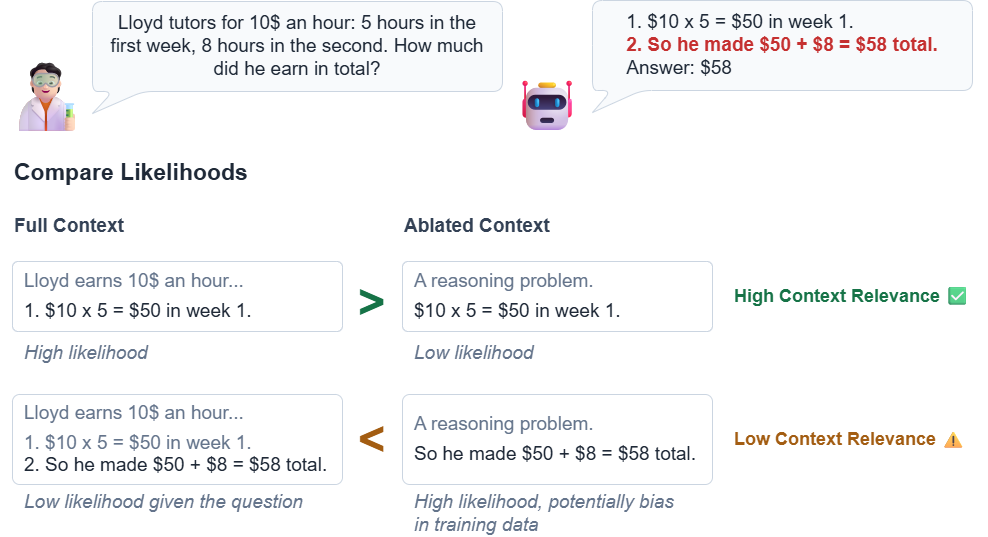
Earlier version of the draw.io export thesis/chapters/intro/contextual-relevance.png (jafber/bachelor-thesis). Source tidied: cells renumbered, new cells last; positions are measured from the earlier drawing's top-left corner, leaving out a move shared by most shapes. Source of this version:
```xml
<mxGraphModel>
  <root>
    <mxCell id="0" />
    <mxCell id="1" parent="0" />
    <mxCell id="2" value="&lt;font style=&quot;font-size: 69px;&quot;&gt;🧑🏻‍🔬&lt;/font&gt;" style="rounded=0;whiteSpace=wrap;html=1;align=center;verticalAlign=middle;strokeColor=none;fillColor=none;fontSize=54;" parent="1" vertex="1">
      <mxGeometry y="63" width="70" height="70" as="geometry" />
    </mxCell>
    <mxCell id="3" value="🤖" style="rounded=0;whiteSpace=wrap;html=1;align=center;verticalAlign=middle;strokeColor=none;fillColor=none;fontSize=50;" parent="1" vertex="1">
      <mxGeometry x="500" y="70" width="70" height="70" as="geometry" />
    </mxCell>
    <mxCell id="4" value="Compare Likelihoods" style="rounded=0;whiteSpace=wrap;html=1;align=left;verticalAlign=middle;strokeColor=none;fillColor=none;fontColor=#1F2937;fontSize=23;fontStyle=1;fontFamily=Arial;" parent="1" vertex="1">
      <mxGeometry y="153" width="960" height="38" as="geometry" />
    </mxCell>
    <mxCell id="5" value="Full Context" style="rounded=0;whiteSpace=wrap;html=1;align=left;verticalAlign=middle;strokeColor=none;fillColor=none;fontColor=#334155;fontSize=19;fontStyle=1;fontFamily=Arial;" parent="1" vertex="1">
      <mxGeometry y="208" width="290" height="35" as="geometry" />
    </mxCell>
    <mxCell id="6" value="Ablated Context" style="rounded=0;whiteSpace=wrap;html=1;align=left;verticalAlign=middle;strokeColor=none;fillColor=none;fontColor=#334155;fontSize=19;fontStyle=1;fontFamily=Arial;" parent="1" vertex="1">
      <mxGeometry x="390" y="208" width="290" height="35" as="geometry" />
    </mxCell>
    <mxCell id="7" value="&lt;div style=&quot;color: #64748B;&quot;&gt;Lloyd earns 10$ an hour...&lt;/div&gt;&lt;div style=&quot;margin-top: 7px; color: #1F2937;&quot;&gt;1. $10 x 5 = $50 in week 1.&lt;/div&gt;" style="rounded=1;arcSize=8;whiteSpace=wrap;html=1;align=left;verticalAlign=middle;spacing=12;strokeColor=#CBD5E1;fillColor=#FFFFFF;fontColor=#1F2937;fontSize=19;fontFamily=Arial;" parent="1" vertex="1">
      <mxGeometry y="261" width="330" height="70" as="geometry" />
    </mxCell>
    <mxCell id="8" value="&lt;div style=&quot;color: #64748B;&quot;&gt;A reasoning problem.&lt;/div&gt;&lt;div style=&quot;margin-top: 7px; color: #1F2937;&quot;&gt;$10 x 5 = $50 in week 1.&lt;/div&gt;" style="rounded=1;arcSize=8;whiteSpace=wrap;html=1;align=left;verticalAlign=middle;spacing=12;strokeColor=#CBD5E1;fillColor=#FFFFFF;fontColor=#1F2937;fontSize=19;fontFamily=Arial;" parent="1" vertex="1">
      <mxGeometry x="390" y="261" width="310" height="70" as="geometry" />
    </mxCell>
    <mxCell id="9" value="&lt;font&gt;&amp;gt;&lt;/font&gt;" style="rounded=0;whiteSpace=wrap;html=1;align=center;verticalAlign=middle;strokeColor=none;fillColor=none;fontColor=#167347;fontSize=48;fontStyle=1;fontFamily=Arial;" parent="1" vertex="1">
      <mxGeometry x="330" y="269" width="60" height="65" as="geometry" />
    </mxCell>
    <mxCell id="10" value="High Context Relevance&amp;nbsp;&lt;span style=&quot;background-color: transparent; color: light-dark(rgb(22, 115, 71), rgb(98, 178, 140));&quot;&gt;✅&amp;nbsp;&lt;/span&gt;" style="rounded=0;whiteSpace=wrap;html=1;align=left;verticalAlign=middle;strokeColor=none;fillColor=none;fontColor=#167347;fontSize=18;fontStyle=1;fontFamily=Arial;" parent="1" vertex="1">
      <mxGeometry x="720" y="263.5" width="255" height="65" as="geometry" />
    </mxCell>
    <mxCell id="11" value="&lt;div style=&quot;color: rgb(100, 116, 139);&quot;&gt;Lloyd earns 10$ an hour...&lt;/div&gt;&lt;div style=&quot;margin-top: 7px; color: rgb(100, 116, 139);&quot;&gt;1. $10 x 5 = $50 in week 1.&lt;/div&gt;&lt;div style=&quot;color: rgb(31, 41, 55);&quot;&gt;2. So he made $50 + $8 = $58 total.&lt;/div&gt;" style="rounded=1;arcSize=8;whiteSpace=wrap;html=1;align=left;verticalAlign=middle;spacing=12;strokeColor=#CBD5E1;fillColor=#FFFFFF;fontColor=#1F2937;fontSize=19;fontFamily=Arial;" parent="1" vertex="1">
      <mxGeometry y="394" width="330" height="90" as="geometry" />
    </mxCell>
    <mxCell id="12" value="&lt;div style=&quot;color: rgb(100, 116, 139);&quot;&gt;A reasoning problem.&lt;/div&gt;&lt;div style=&quot;margin-top: 7px; color: rgb(31, 41, 55);&quot;&gt;So he made $50 + $8 = $58 total.&lt;/div&gt;" style="rounded=1;arcSize=8;whiteSpace=wrap;html=1;align=left;verticalAlign=middle;spacing=12;strokeColor=#CBD5E1;fillColor=#FFFFFF;fontColor=#1F2937;fontSize=19;fontFamily=Arial;" parent="1" vertex="1">
      <mxGeometry x="390" y="394" width="310" height="90" as="geometry" />
    </mxCell>
    <mxCell id="13" value="Low Context Relevance ⚠️&amp;nbsp;" style="rounded=0;whiteSpace=wrap;html=1;align=left;verticalAlign=middle;strokeColor=none;fillColor=none;fontColor=#A35D12;fontSize=18;fontStyle=1;fontFamily=Arial;" parent="1" vertex="1">
      <mxGeometry x="720" y="406.5" width="255" height="65" as="geometry" />
    </mxCell>
    <mxCell id="14" value="&lt;span style=&quot;color: rgb(31, 41, 55); font-family: Arial; font-size: 19px; text-align: left;&quot;&gt;Lloyd tutors for 10$ an hour: 5 hours in the first week, 8 hours in the second. How much did he earn in total?&lt;/span&gt;" style="shape=callout;whiteSpace=wrap;html=1;perimeter=calloutPerimeter;rounded=1;roundedPerimeter=1;strokeColor=#CBD5E1;fillColor=#F8FAFC;position2=0;size=22;position=0.05;base=30;fontSize=19;spacing=14;" parent="1" vertex="1">
      <mxGeometry x="80" y="1" width="410" height="112" as="geometry" />
    </mxCell>
    <mxCell id="15" value="&lt;div style=&quot;color: rgb(31, 41, 55); font-family: Arial; font-size: 19px; text-align: left;&quot;&gt;1. $10 x 5 = $50 in week 1.&lt;/div&gt;&lt;div style=&quot;color: rgb(31, 41, 55); font-family: Arial; font-size: 19px; text-align: left;&quot;&gt;&lt;b style=&quot;color: rgb(197, 48, 48);&quot;&gt;2. So he made $50 + $8 = $58 total.&lt;/b&gt;&lt;/div&gt;&lt;div style=&quot;color: rgb(31, 41, 55); font-family: Arial; font-size: 19px; text-align: left;&quot;&gt;Answer: $58&lt;/div&gt;" style="shape=callout;whiteSpace=wrap;html=1;perimeter=calloutPerimeter;rounded=1;roundedPerimeter=1;strokeColor=#CBD5E1;fillColor=#F8FAFC;position2=0;size=22;position=0.05;base=30;fontSize=19;spacing=14;" parent="1" vertex="1">
      <mxGeometry x="580" width="380" height="112" as="geometry" />
    </mxCell>
    <mxCell id="16" value="&lt;div style=&quot;&quot;&gt;&lt;span style=&quot;background-color: transparent;&quot;&gt;High likelihood&lt;/span&gt;&lt;/div&gt;" style="rounded=0;arcSize=8;whiteSpace=wrap;html=1;align=left;verticalAlign=middle;spacing=12;strokeColor=none;fillColor=none;fontColor=#64748B;fontSize=19;fontFamily=Arial;fontStyle=2;" parent="1" vertex="1">
      <mxGeometry y="334" width="150" height="38" as="geometry" />
    </mxCell>
    <mxCell id="17" value="&lt;div style=&quot;&quot;&gt;&lt;span style=&quot;background-color: transparent;&quot;&gt;Low likelihood&lt;/span&gt;&lt;/div&gt;" style="rounded=0;arcSize=8;whiteSpace=wrap;html=1;align=left;verticalAlign=middle;spacing=12;strokeColor=none;fillColor=none;fontColor=#64748B;fontSize=19;fontFamily=Arial;fontStyle=2;" parent="1" vertex="1">
      <mxGeometry x="390" y="334" width="210" height="38" as="geometry" />
    </mxCell>
    <mxCell id="18" value="&lt;div style=&quot;&quot;&gt;&lt;span style=&quot;background-color: transparent;&quot;&gt;Low likelihood given the question&lt;/span&gt;&lt;/div&gt;" style="rounded=0;arcSize=8;whiteSpace=wrap;html=1;align=left;verticalAlign=middle;spacing=12;strokeColor=none;fillColor=none;fontColor=#64748B;fontSize=19;fontFamily=Arial;fontStyle=2;" parent="1" vertex="1">
      <mxGeometry y="484" width="340" height="35" as="geometry" />
    </mxCell>
    <mxCell id="19" value="&lt;div style=&quot;&quot;&gt;High likelihood, potentially bias in training data&lt;/div&gt;" style="rounded=0;arcSize=8;whiteSpace=wrap;html=1;align=left;verticalAlign=middle;spacing=12;strokeColor=none;fillColor=none;fontColor=#64748B;fontSize=19;fontFamily=Arial;fontStyle=2;" parent="1" vertex="1">
      <mxGeometry x="390" y="494" width="290" height="38" as="geometry" />
    </mxCell>
    <mxCell id="20" value="&lt;font&gt;&amp;lt;&lt;/font&gt;" style="rounded=0;whiteSpace=wrap;html=1;align=center;verticalAlign=middle;strokeColor=none;fillColor=none;fontColor=#A35D12;fontSize=48;fontStyle=1;fontFamily=Arial;" parent="1" vertex="1">
      <mxGeometry x="330" y="406.5" width="60" height="65" as="geometry" />
    </mxCell>
  </root>
</mxGraphModel>
```
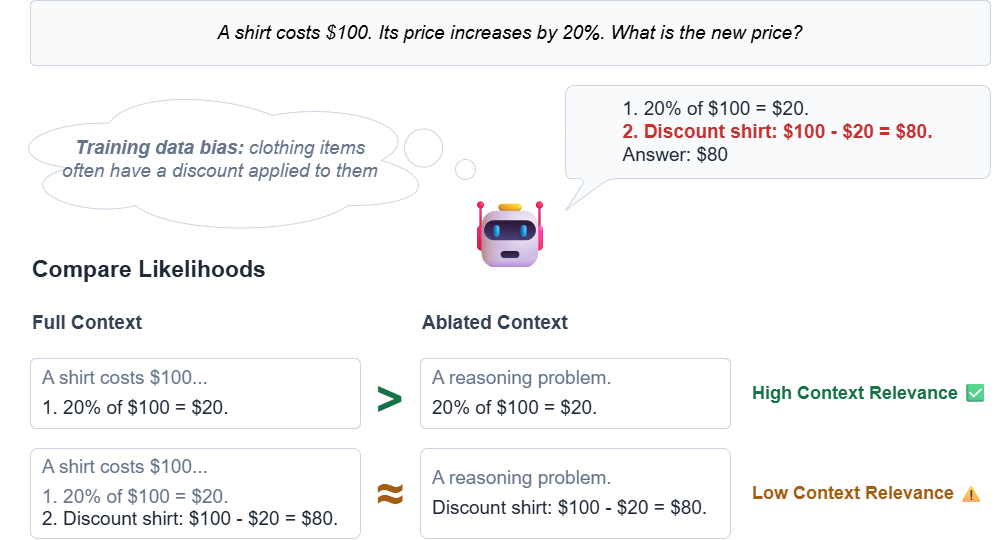
The same diagram one commit later.

Commit message:
update intro figure

Change to the diagram source:
```diff
@@ -2,14 +2,14 @@
   <root>
     <mxCell id="0" />
     <mxCell id="1" parent="0" />
-    <mxCell id="2" value="&lt;font style=&quot;font-size: 69px;&quot;&gt;🧑🏻‍🔬&lt;/font&gt;" style="rounded=0;whiteSpace=wrap;html=1;align=center;verticalAlign=middle;strokeColor=none;fillColor=none;fontSize=54;" parent="1" vertex="1">
-      <mxGeometry y="63" width="70" height="70" as="geometry" />
-    </mxCell>
+    <mxCell id="21" style="ellipse;shape=cloud;whiteSpace=wrap;html=1;perimeter=cloudPerimeter;strokeColor=#CBD5E1;" parent="1" vertex="1">
+      <mxGeometry x="-30" y="-12" width="435" height="150" as="geometry" />
+    </mxCell>
-    <mxCell id="3" value="🤖" style="rounded=0;whiteSpace=wrap;html=1;align=center;verticalAlign=middle;strokeColor=none;fillColor=none;fontSize=50;" parent="1" vertex="1">
-      <mxGeometry x="500" y="70" width="70" height="70" as="geometry" />
+    <mxCell id="3" value="🤖" style="rounded=0;whiteSpace=wrap;html=1;align=center;verticalAlign=middle;strokeColor=none;fillColor=none;fontSize=67;" parent="1" vertex="1">
+      <mxGeometry x="445" y="103" width="70" height="70" as="geometry" />
     </mxCell>
     <mxCell id="4" value="Compare Likelihoods" style="rounded=0;whiteSpace=wrap;html=1;align=left;verticalAlign=middle;strokeColor=none;fillColor=none;fontColor=#1F2937;fontSize=23;fontStyle=1;fontFamily=Arial;" parent="1" vertex="1">
-      <mxGeometry y="153" width="960" height="38" as="geometry" />
+      <mxGeometry y="153" width="280" height="38" as="geometry" />
     </mxCell>
     <mxCell id="5" value="Full Context" style="rounded=0;whiteSpace=wrap;html=1;align=left;verticalAlign=middle;strokeColor=none;fillColor=none;fontColor=#334155;fontSize=19;fontStyle=1;fontFamily=Arial;" parent="1" vertex="1">
       <mxGeometry y="208" width="290" height="35" as="geometry" />
@@ -17,10 +17,10 @@
     <mxCell id="6" value="Ablated Context" style="rounded=0;whiteSpace=wrap;html=1;align=left;verticalAlign=middle;strokeColor=none;fillColor=none;fontColor=#334155;fontSize=19;fontStyle=1;fontFamily=Arial;" parent="1" vertex="1">
       <mxGeometry x="390" y="208" width="290" height="35" as="geometry" />
     </mxCell>
-    <mxCell id="7" value="&lt;div style=&quot;color: #64748B;&quot;&gt;Lloyd earns 10$ an hour...&lt;/div&gt;&lt;div style=&quot;margin-top: 7px; color: #1F2937;&quot;&gt;1. $10 x 5 = $50 in week 1.&lt;/div&gt;" style="rounded=1;arcSize=8;whiteSpace=wrap;html=1;align=left;verticalAlign=middle;spacing=12;strokeColor=#CBD5E1;fillColor=#FFFFFF;fontColor=#1F2937;fontSize=19;fontFamily=Arial;" parent="1" vertex="1">
+    <mxCell id="7" value="&lt;div style=&quot;color: rgb(100, 116, 139);&quot;&gt;A shirt costs $100...&lt;/div&gt;&lt;div style=&quot;margin-top: 7px; color: rgb(31, 41, 55);&quot;&gt;1. 20% of $100 = $20.&lt;/div&gt;" style="rounded=1;arcSize=8;whiteSpace=wrap;html=1;align=left;verticalAlign=middle;spacing=12;strokeColor=#CBD5E1;fillColor=#FFFFFF;fontColor=#1F2937;fontSize=19;fontFamily=Arial;" parent="1" vertex="1">
       <mxGeometry y="261" width="330" height="70" as="geometry" />
     </mxCell>
-    <mxCell id="8" value="&lt;div style=&quot;color: #64748B;&quot;&gt;A reasoning problem.&lt;/div&gt;&lt;div style=&quot;margin-top: 7px; color: #1F2937;&quot;&gt;$10 x 5 = $50 in week 1.&lt;/div&gt;" style="rounded=1;arcSize=8;whiteSpace=wrap;html=1;align=left;verticalAlign=middle;spacing=12;strokeColor=#CBD5E1;fillColor=#FFFFFF;fontColor=#1F2937;fontSize=19;fontFamily=Arial;" parent="1" vertex="1">
+    <mxCell id="8" value="&lt;div style=&quot;color: #64748B;&quot;&gt;A reasoning problem.&lt;/div&gt;&lt;div style=&quot;margin-top: 7px; color: #1F2937;&quot;&gt;20% of $100 = $20.&lt;/div&gt;" style="rounded=1;arcSize=8;whiteSpace=wrap;html=1;align=left;verticalAlign=middle;spacing=12;strokeColor=#CBD5E1;fillColor=#FFFFFF;fontColor=#1F2937;fontSize=19;fontFamily=Arial;" parent="1" vertex="1">
       <mxGeometry x="390" y="261" width="310" height="70" as="geometry" />
     </mxCell>
     <mxCell id="9" value="&lt;font&gt;&amp;gt;&lt;/font&gt;" style="rounded=0;whiteSpace=wrap;html=1;align=center;verticalAlign=middle;strokeColor=none;fillColor=none;fontColor=#167347;fontSize=48;fontStyle=1;fontFamily=Arial;" parent="1" vertex="1">
@@ -29,35 +29,32 @@
     <mxCell id="10" value="High Context Relevance&amp;nbsp;&lt;span style=&quot;background-color: transparent; color: light-dark(rgb(22, 115, 71), rgb(98, 178, 140));&quot;&gt;✅&amp;nbsp;&lt;/span&gt;" style="rounded=0;whiteSpace=wrap;html=1;align=left;verticalAlign=middle;strokeColor=none;fillColor=none;fontColor=#167347;fontSize=18;fontStyle=1;fontFamily=Arial;" parent="1" vertex="1">
       <mxGeometry x="720" y="263.5" width="255" height="65" as="geometry" />
     </mxCell>
-    <mxCell id="11" value="&lt;div style=&quot;color: rgb(100, 116, 139);&quot;&gt;Lloyd earns 10$ an hour...&lt;/div&gt;&lt;div style=&quot;margin-top: 7px; color: rgb(100, 116, 139);&quot;&gt;1. $10 x 5 = $50 in week 1.&lt;/div&gt;&lt;div style=&quot;color: rgb(31, 41, 55);&quot;&gt;2. So he made $50 + $8 = $58 total.&lt;/div&gt;" style="rounded=1;arcSize=8;whiteSpace=wrap;html=1;align=left;verticalAlign=middle;spacing=12;strokeColor=#CBD5E1;fillColor=#FFFFFF;fontColor=#1F2937;fontSize=19;fontFamily=Arial;" parent="1" vertex="1">
-      <mxGeometry y="394" width="330" height="90" as="geometry" />
+    <mxCell id="11" value="&lt;div style=&quot;color: rgb(100, 116, 139);&quot;&gt;A shirt costs $100...&lt;/div&gt;&lt;div style=&quot;margin-top: 7px; color: rgb(100, 116, 139);&quot;&gt;1. 20% of $100 = $20.&lt;/div&gt;&lt;div style=&quot;color: rgb(31, 41, 55);&quot;&gt;2. Discount shirt: $100 - $20 = $80.&lt;/div&gt;" style="rounded=1;arcSize=8;whiteSpace=wrap;html=1;align=left;verticalAlign=middle;spacing=12;strokeColor=#CBD5E1;fillColor=#FFFFFF;fontColor=#1F2937;fontSize=19;fontFamily=Arial;" parent="1" vertex="1">
+      <mxGeometry y="351" width="330" height="90" as="geometry" />
     </mxCell>
-    <mxCell id="12" value="&lt;div style=&quot;color: rgb(100, 116, 139);&quot;&gt;A reasoning problem.&lt;/div&gt;&lt;div style=&quot;margin-top: 7px; color: rgb(31, 41, 55);&quot;&gt;So he made $50 + $8 = $58 total.&lt;/div&gt;" style="rounded=1;arcSize=8;whiteSpace=wrap;html=1;align=left;verticalAlign=middle;spacing=12;strokeColor=#CBD5E1;fillColor=#FFFFFF;fontColor=#1F2937;fontSize=19;fontFamily=Arial;" parent="1" vertex="1">
-      <mxGeometry x="390" y="394" width="310" height="90" as="geometry" />
+    <mxCell id="12" value="&lt;div style=&quot;color: rgb(100, 116, 139);&quot;&gt;A reasoning problem.&lt;/div&gt;&lt;div style=&quot;margin-top: 7px; color: rgb(31, 41, 55);&quot;&gt;Discount shirt: $100 - $20 = $80.&lt;/div&gt;" style="rounded=1;arcSize=8;whiteSpace=wrap;html=1;align=left;verticalAlign=middle;spacing=12;strokeColor=#CBD5E1;fillColor=#FFFFFF;fontColor=#1F2937;fontSize=19;fontFamily=Arial;" parent="1" vertex="1">
+      <mxGeometry x="390" y="351" width="310" height="90" as="geometry" />
     </mxCell>
     <mxCell id="13" value="Low Context Relevance ⚠️&amp;nbsp;" style="rounded=0;whiteSpace=wrap;html=1;align=left;verticalAlign=middle;strokeColor=none;fillColor=none;fontColor=#A35D12;fontSize=18;fontStyle=1;fontFamily=Arial;" parent="1" vertex="1">
-      <mxGeometry x="720" y="406.5" width="255" height="65" as="geometry" />
+      <mxGeometry x="720" y="363.5" width="255" height="65" as="geometry" />
     </mxCell>
-    <mxCell id="14" value="&lt;span style=&quot;color: rgb(31, 41, 55); font-family: Arial; font-size: 19px; text-align: left;&quot;&gt;Lloyd tutors for 10$ an hour: 5 hours in the first week, 8 hours in the second. How much did he earn in total?&lt;/span&gt;" style="shape=callout;whiteSpace=wrap;html=1;perimeter=calloutPerimeter;rounded=1;roundedPerimeter=1;strokeColor=#CBD5E1;fillColor=#F8FAFC;position2=0;size=22;position=0.05;base=30;fontSize=19;spacing=14;" parent="1" vertex="1">
-      <mxGeometry x="80" y="1" width="410" height="112" as="geometry" />
-    </mxCell>
-    <mxCell id="15" value="&lt;div style=&quot;color: rgb(31, 41, 55); font-family: Arial; font-size: 19px; text-align: left;&quot;&gt;1. $10 x 5 = $50 in week 1.&lt;/div&gt;&lt;div style=&quot;color: rgb(31, 41, 55); font-family: Arial; font-size: 19px; text-align: left;&quot;&gt;&lt;b style=&quot;color: rgb(197, 48, 48);&quot;&gt;2. So he made $50 + $8 = $58 total.&lt;/b&gt;&lt;/div&gt;&lt;div style=&quot;color: rgb(31, 41, 55); font-family: Arial; font-size: 19px; text-align: left;&quot;&gt;Answer: $58&lt;/div&gt;" style="shape=callout;whiteSpace=wrap;html=1;perimeter=calloutPerimeter;rounded=1;roundedPerimeter=1;strokeColor=#CBD5E1;fillColor=#F8FAFC;position2=0;size=22;position=0.05;base=30;fontSize=19;spacing=14;" parent="1" vertex="1">
-      <mxGeometry x="580" width="380" height="112" as="geometry" />
+    <mxCell id="15" value="&lt;div style=&quot;color: rgb(31, 41, 55); font-family: Arial; font-size: 19px; text-align: left;&quot;&gt;1. 20% of $100 = $20.&lt;/div&gt;&lt;div style=&quot;color: rgb(31, 41, 55); font-family: Arial; font-size: 19px; text-align: left;&quot;&gt;&lt;b style=&quot;color: rgb(197, 48, 48);&quot;&gt;2. Discount shirt: $100 - $20 = $80.&lt;/b&gt;&lt;/div&gt;&lt;div style=&quot;color: rgb(31, 41, 55); font-family: Arial; font-size: 19px; text-align: left;&quot;&gt;Answer: $80&lt;/div&gt;" style="shape=callout;whiteSpace=wrap;html=1;perimeter=calloutPerimeter;rounded=1;roundedPerimeter=1;strokeColor=#CBD5E1;fillColor=#F8FAFC;position2=0;size=32;position=0.05;base=22;fontSize=19;spacing=14;" parent="1" vertex="1">
+      <mxGeometry x="535" y="-12" width="425" height="125" as="geometry" />
     </mxCell>
-    <mxCell id="16" value="&lt;div style=&quot;&quot;&gt;&lt;span style=&quot;background-color: transparent;&quot;&gt;High likelihood&lt;/span&gt;&lt;/div&gt;" style="rounded=0;arcSize=8;whiteSpace=wrap;html=1;align=left;verticalAlign=middle;spacing=12;strokeColor=none;fillColor=none;fontColor=#64748B;fontSize=19;fontFamily=Arial;fontStyle=2;" parent="1" vertex="1">
-      <mxGeometry y="334" width="150" height="38" as="geometry" />
-    </mxCell>
-    <mxCell id="17" value="&lt;div style=&quot;&quot;&gt;&lt;span style=&quot;background-color: transparent;&quot;&gt;Low likelihood&lt;/span&gt;&lt;/div&gt;" style="rounded=0;arcSize=8;whiteSpace=wrap;html=1;align=left;verticalAlign=middle;spacing=12;strokeColor=none;fillColor=none;fontColor=#64748B;fontSize=19;fontFamily=Arial;fontStyle=2;" parent="1" vertex="1">
-      <mxGeometry x="390" y="334" width="210" height="38" as="geometry" />
-    </mxCell>
-    <mxCell id="18" value="&lt;div style=&quot;&quot;&gt;&lt;span style=&quot;background-color: transparent;&quot;&gt;Low likelihood given the question&lt;/span&gt;&lt;/div&gt;" style="rounded=0;arcSize=8;whiteSpace=wrap;html=1;align=left;verticalAlign=middle;spacing=12;strokeColor=none;fillColor=none;fontColor=#64748B;fontSize=19;fontFamily=Arial;fontStyle=2;" parent="1" vertex="1">
-      <mxGeometry y="484" width="340" height="35" as="geometry" />
-    </mxCell>
-    <mxCell id="19" value="&lt;div style=&quot;&quot;&gt;High likelihood, potentially bias in training data&lt;/div&gt;" style="rounded=0;arcSize=8;whiteSpace=wrap;html=1;align=left;verticalAlign=middle;spacing=12;strokeColor=none;fillColor=none;fontColor=#64748B;fontSize=19;fontFamily=Arial;fontStyle=2;" parent="1" vertex="1">
-      <mxGeometry x="390" y="494" width="290" height="38" as="geometry" />
-    </mxCell>
-    <mxCell id="20" value="&lt;font&gt;&amp;lt;&lt;/font&gt;" style="rounded=0;whiteSpace=wrap;html=1;align=center;verticalAlign=middle;strokeColor=none;fillColor=none;fontColor=#A35D12;fontSize=48;fontStyle=1;fontFamily=Arial;" parent="1" vertex="1">
-      <mxGeometry x="330" y="406.5" width="60" height="65" as="geometry" />
+    <mxCell id="20" value="&lt;font&gt;≈&lt;/font&gt;" style="rounded=0;whiteSpace=wrap;html=1;align=center;verticalAlign=middle;strokeColor=none;fillColor=none;fontColor=#A35D12;fontSize=48;fontStyle=1;fontFamily=Arial;" parent="1" vertex="1">
+      <mxGeometry x="330" y="363.5" width="60" height="65" as="geometry" />
     </mxCell>
+    <mxCell id="22" value="&lt;div style=&quot;color: rgb(100, 116, 139);&quot;&gt;&lt;b style=&quot;font-style: italic;&quot;&gt;Training data bias:&lt;/b&gt;&lt;span style=&quot;font-style: italic;&quot;&gt; clothing items often have a discount applied to them&lt;/span&gt;&lt;/div&gt;" style="rounded=1;arcSize=8;whiteSpace=wrap;html=1;align=center;verticalAlign=middle;spacing=12;strokeColor=none;fillColor=none;fontColor=#1F2937;fontSize=19;fontFamily=Arial;" parent="1" vertex="1">
+      <mxGeometry x="20" y="14.2" width="340" height="95.8" as="geometry" />
+    </mxCell>
+    <mxCell id="23" style="ellipse;whiteSpace=wrap;html=1;shapeInside=1;strokeColor=#CBD5E1;" parent="1" vertex="1">
+      <mxGeometry x="374" y="31.5" width="38" height="38" as="geometry" />
+    </mxCell>
+    <mxCell id="24" style="ellipse;whiteSpace=wrap;html=1;shapeInside=1;strokeColor=#CBD5E1;" parent="1" vertex="1">
+      <mxGeometry x="425" y="62" width="20" height="20" as="geometry" />
+    </mxCell>
+    <mxCell id="25" value="&lt;div&gt;&lt;i&gt;A shirt costs $100. Its price increases by 20%. What is the new price?&lt;/i&gt;&lt;/div&gt;" style="rounded=1;arcSize=8;whiteSpace=wrap;html=1;align=center;verticalAlign=middle;spacing=12;strokeColor=#CBD5E1;fillColor=#F8FAFC;fontColor=#000000;fontSize=19;fontFamily=Arial;" parent="1" vertex="1">
+      <mxGeometry y="-97" width="960" height="65" as="geometry" />
+    </mxCell>
   </root>
 </mxGraphModel>
```
